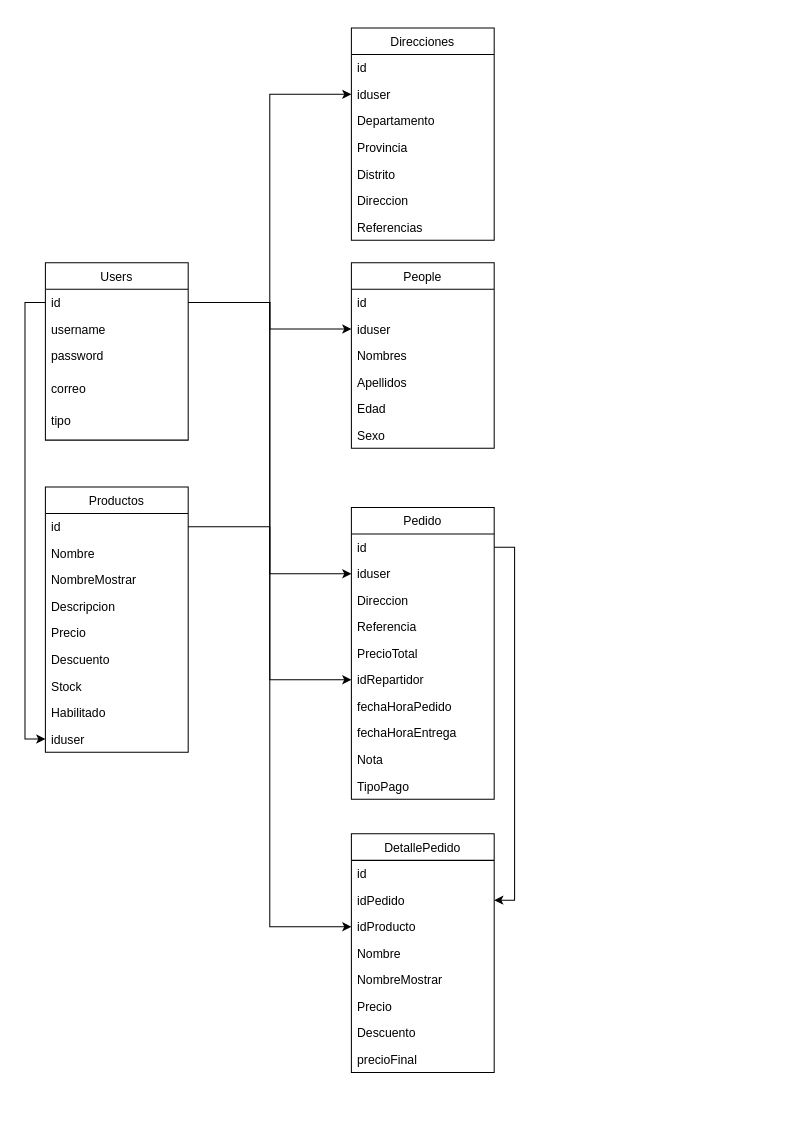
This is page "Page-2" (2 of 2) of Documentacion/diagrama_pedidosdonajulia_01.drawio from CristianSalazarAtalaya/pedidosdonajulia, a draw.io file, before an edit. Source tidied: cells renumbered, new cells numbered last; positions are measured from the earlier drawing's top-left corner, leaving out a move shared by most shapes. Both pictures are drawn from the tidied source at 102%, with x=0, y=0 at pixel (45, 28).
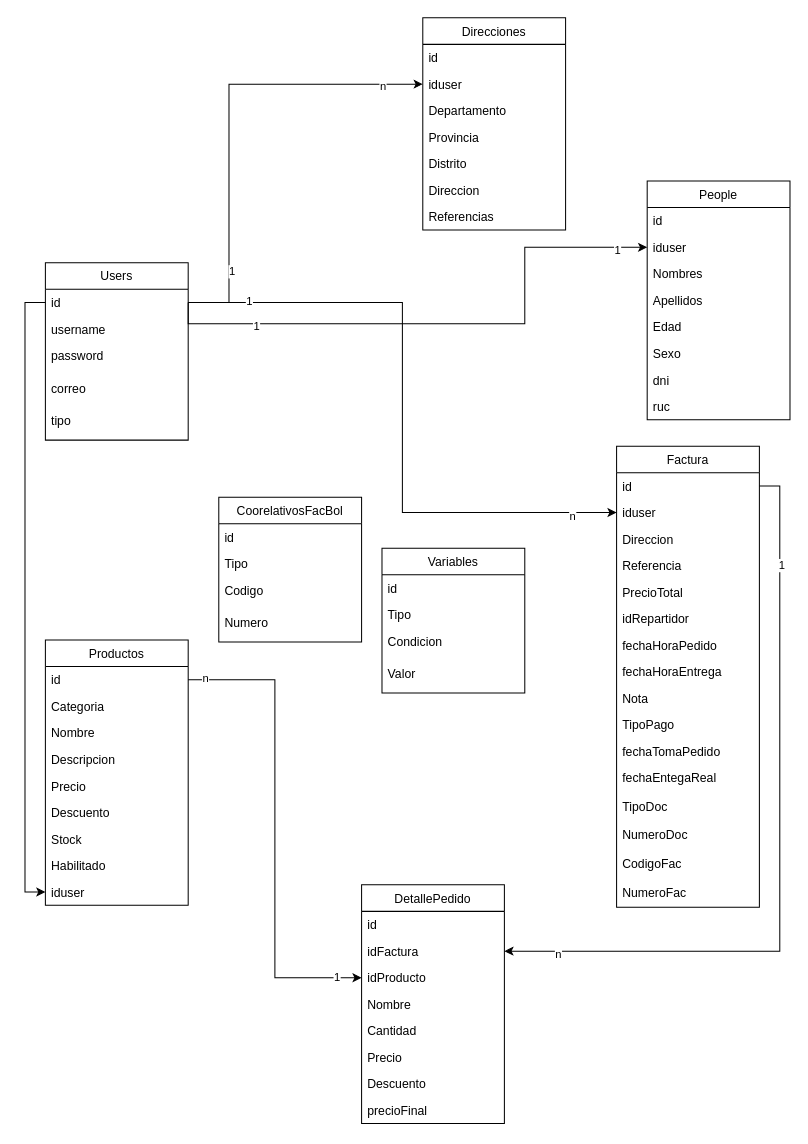
After the change.

Commit message (it also covers changes not shown here):
se agrego actualiacion de documentacion y diagramas de arquitectura

Unchanged cells that the change refers to:
```xml
<mxCell id="3" value="id" style="text;strokeColor=none;fillColor=none;align=left;verticalAlign=top;spacingLeft=4;spacingRight=4;overflow=hidden;points=[[0,0.5],[1,0.5]];portConstraint=eastwest;" parent="2" vertex="1">
  <mxGeometry y="26" width="140" height="26" as="geometry" />
</mxCell>
<mxCell id="10" value="iduser" style="text;strokeColor=none;fillColor=none;align=left;verticalAlign=top;spacingLeft=4;spacingRight=4;overflow=hidden;points=[[0,0.5],[1,0.5]];portConstraint=eastwest;" parent="8" vertex="1">
  <mxGeometry y="52" width="140" height="26" as="geometry" />
</mxCell>
<mxCell id="18" value="iduser" style="text;strokeColor=none;fillColor=none;align=left;verticalAlign=top;spacingLeft=4;spacingRight=4;overflow=hidden;points=[[0,0.5],[1,0.5]];portConstraint=eastwest;" parent="16" vertex="1">
  <mxGeometry y="52" width="140" height="26" as="geometry" />
</mxCell>
<mxCell id="51" value="idRepartidor" style="text;strokeColor=none;fillColor=none;align=left;verticalAlign=top;spacingLeft=4;spacingRight=4;overflow=hidden;points=[[0,0.5],[1,0.5]];portConstraint=eastwest;" parent="45" vertex="1">
  <mxGeometry y="156" width="140" height="26" as="geometry" />
</mxCell>
<mxCell id="56" style="edgeStyle=orthogonalEdgeStyle;rounded=0;jettySize=auto;html=1;exitX=1;exitY=0.5;exitDx=0;exitDy=0;" parent="1" edge="1" source="46" target="38">
  <mxGeometry relative="1" as="geometry" />
</mxCell>
<mxCell id="57" style="edgeStyle=orthogonalEdgeStyle;rounded=0;jettySize=auto;html=1;entryX=0;entryY=0.5;entryDx=0;entryDy=0;" parent="1" edge="1" source="3" target="47">
  <mxGeometry relative="1" as="geometry" />
</mxCell>
<mxCell id="59" style="edgeStyle=orthogonalEdgeStyle;rounded=0;jettySize=auto;html=1;entryX=0;entryY=0.5;entryDx=0;entryDy=0;" parent="1" edge="1" source="26" target="39">
  <mxGeometry relative="1" as="geometry" />
</mxCell>
```

Diff of the diagram source:
```diff
@@
     <mxCell id="8" value="People" style="swimlane;fontStyle=0;horizontal=1;startSize=26;fillColor=none;" parent="1" vertex="1">
-      <mxGeometry x="300" y="230" width="140" height="182" as="geometry" />
+      <mxGeometry x="590" y="150" width="140" height="234" as="geometry" />
     </mxCell>
@@
+    <mxCell id="60" value="dni" style="text;strokeColor=none;fillColor=none;align=left;verticalAlign=top;spacingLeft=4;spacingRight=4;overflow=hidden;" parent="8" vertex="1">
+      <mxGeometry y="182" width="140" height="26" as="geometry" />
+    </mxCell>
+    <mxCell id="61" value="ruc" style="text;strokeColor=none;fillColor=none;align=left;verticalAlign=top;spacingLeft=4;spacingRight=4;overflow=hidden;" parent="8" vertex="1">
+      <mxGeometry y="208" width="140" height="26" as="geometry" />
+    </mxCell>
     <mxCell id="15" style="edgeStyle=orthogonalEdgeStyle;rounded=0;jettySize=auto;html=1;exitX=1;exitY=0.5;exitDx=0;exitDy=0;entryX=0;entryY=0.5;entryDx=0;entryDy=0;" parent="1" edge="1" source="3" target="10">
-      <mxGeometry relative="1" as="geometry" />
+      <mxGeometry relative="1" as="geometry">
+        <Array as="points">
+          <mxPoint x="140" y="290" />
+          <mxPoint x="470" y="290" />
+          <mxPoint x="470" y="215" />
+        </Array>
+      </mxGeometry>
     </mxCell>
+    <mxCell id="62" value="1" style="edgeLabel;html=1;align=center;verticalAlign=middle;" parent="15" vertex="1">
+      <mxGeometry x="0.89" y="-2" relative="1" as="geometry" />
+    </mxCell>
+    <mxCell id="63" value="1" style="edgeLabel;html=1;align=center;verticalAlign=middle;" parent="15" vertex="1">
+      <mxGeometry x="-0.68" y="-2" relative="1" as="geometry" />
+    </mxCell>
     <mxCell id="16" value="Direcciones" style="swimlane;fontStyle=0;horizontal=1;startSize=26;fillColor=none;" parent="1" vertex="1">
-      <mxGeometry x="300" width="140" height="208" as="geometry" />
+      <mxGeometry x="370" y="-10" width="140" height="208" as="geometry" />
     </mxCell>
@@
     <mxCell id="24" style="edgeStyle=orthogonalEdgeStyle;rounded=0;jettySize=auto;html=1;exitX=1;exitY=0.5;exitDx=0;exitDy=0;entryX=0;entryY=0.5;entryDx=0;entryDy=0;" parent="1" edge="1" source="3" target="18">
-      <mxGeometry relative="1" as="geometry" />
+      <mxGeometry relative="1" as="geometry">
+        <Array as="points">
+          <mxPoint x="180" y="269" />
+          <mxPoint x="180" y="55" />
+        </Array>
+      </mxGeometry>
     </mxCell>
+    <mxCell id="64" value="1" style="edgeLabel;html=1;align=center;verticalAlign=middle;" parent="24" vertex="1">
+      <mxGeometry x="-0.68" y="-2" relative="1" as="geometry" />
+    </mxCell>
+    <mxCell id="65" value="n" style="edgeLabel;html=1;align=center;verticalAlign=middle;" parent="24" vertex="1">
+      <mxGeometry x="0.82" y="-1" relative="1" as="geometry" />
+    </mxCell>
     <mxCell id="25" value="Productos" style="swimlane;fontStyle=0;horizontal=1;startSize=26;fillColor=none;" parent="1" vertex="1">
-      <mxGeometry y="450" width="140" height="260" as="geometry" />
+      <mxGeometry y="600" width="140" height="260" as="geometry" />
     </mxCell>
@@
+    <mxCell id="66" value="Categoria" style="text;strokeColor=none;fillColor=none;align=left;verticalAlign=top;spacingLeft=4;spacingRight=4;overflow=hidden;" parent="25" vertex="1">
+      <mxGeometry y="52" width="140" height="26" as="geometry" />
+    </mxCell>
     <mxCell id="27" value="Nombre" style="text;strokeColor=none;fillColor=none;align=left;verticalAlign=top;spacingLeft=4;spacingRight=4;overflow=hidden;" parent="25" vertex="1">
-      <mxGeometry y="52" width="140" height="26" as="geometry" />
+      <mxGeometry y="78" width="140" height="26" as="geometry" />
     </mxCell>
-    <mxCell id="28" value="NombreMostrar" style="text;strokeColor=none;fillColor=none;align=left;verticalAlign=top;spacingLeft=4;spacingRight=4;overflow=hidden;" parent="25" vertex="1">
-      <mxGeometry y="78" width="140" height="26" as="geometry" />
-    </mxCell>
@@
     <mxCell id="36" value="DetallePedido" style="swimlane;fontStyle=0;horizontal=1;startSize=26;fillColor=none;" parent="1" vertex="1">
-      <mxGeometry x="300" y="790" width="140" height="234" as="geometry" />
+      <mxGeometry x="310" y="840" width="140" height="234" as="geometry" />
     </mxCell>
@@
-    <mxCell id="38" value="idPedido" style="text;strokeColor=none;fillColor=none;align=left;verticalAlign=top;spacingLeft=4;spacingRight=4;overflow=hidden;points=[[0,0.5],[1,0.5]];portConstraint=eastwest;" parent="36" vertex="1">
+    <mxCell id="38" value="idFactura" style="text;strokeColor=none;fillColor=none;align=left;verticalAlign=top;spacingLeft=4;spacingRight=4;overflow=hidden;points=[[0,0.5],[1,0.5]];portConstraint=eastwest;" parent="36" vertex="1">
       <mxGeometry y="52" width="140" height="26" as="geometry" />
     </mxCell>
@@
-    <mxCell id="41" value="NombreMostrar" style="text;strokeColor=none;fillColor=none;align=left;verticalAlign=top;spacingLeft=4;spacingRight=4;overflow=hidden;" parent="36" vertex="1">
-      <mxGeometry y="130" width="140" height="26" as="geometry" />
-    </mxCell>
+    <mxCell id="67" value="Cantidad" style="text;strokeColor=none;fillColor=none;align=left;verticalAlign=top;spacingLeft=4;spacingRight=4;overflow=hidden;" parent="36" vertex="1">
+      <mxGeometry y="130" width="140" height="26" as="geometry" />
+    </mxCell>
@@
-    <mxCell id="45" value="Pedido" style="swimlane;fontStyle=0;horizontal=1;startSize=26;fillColor=none;" parent="1" vertex="1">
-      <mxGeometry x="300" y="470" width="140" height="286" as="geometry" />
+    <mxCell id="45" value="Factura" style="swimlane;fontStyle=0;horizontal=1;startSize=26;fillColor=none;" parent="1" vertex="1">
+      <mxGeometry x="560" y="410" width="140" height="452" as="geometry" />
     </mxCell>
@@
+    <mxCell id="68" value="fechaTomaPedido" style="text;strokeColor=none;fillColor=none;align=left;verticalAlign=top;spacingLeft=4;spacingRight=4;overflow=hidden;" parent="45" vertex="1">
+      <mxGeometry y="286" width="140" height="26" as="geometry" />
+    </mxCell>
+    <mxCell id="69" value="fechaEntegaReal" style="text;strokeColor=none;fillColor=none;align=left;verticalAlign=top;spacingLeft=4;spacingRight=4;overflow=hidden;" parent="45" vertex="1">
+      <mxGeometry y="312" width="140" height="28" as="geometry" />
+    </mxCell>
+    <mxCell id="70" value="TipoDoc" style="text;strokeColor=none;fillColor=none;align=left;verticalAlign=top;spacingLeft=4;spacingRight=4;overflow=hidden;" parent="45" vertex="1">
+      <mxGeometry y="340" width="140" height="28" as="geometry" />
+    </mxCell>
+    <mxCell id="71" value="NumeroDoc" style="text;strokeColor=none;fillColor=none;align=left;verticalAlign=top;spacingLeft=4;spacingRight=4;overflow=hidden;" parent="45" vertex="1">
+      <mxGeometry y="368" width="140" height="28" as="geometry" />
+    </mxCell>
+    <mxCell id="72" value="CodigoFac" style="text;strokeColor=none;fillColor=none;align=left;verticalAlign=top;spacingLeft=4;spacingRight=4;overflow=hidden;" parent="45" vertex="1">
+      <mxGeometry y="396" width="140" height="28" as="geometry" />
+    </mxCell>
+    <mxCell id="73" value="NumeroFac" style="text;strokeColor=none;fillColor=none;align=left;verticalAlign=top;spacingLeft=4;spacingRight=4;overflow=hidden;" parent="45" vertex="1">
+      <mxGeometry y="424" width="140" height="28" as="geometry" />
+    </mxCell>
@@
+    <mxCell id="74" value="1" style="edgeLabel;html=1;align=center;verticalAlign=middle;" parent="56" vertex="1">
+      <mxGeometry x="-0.74" y="1" relative="1" as="geometry" />
+    </mxCell>
+    <mxCell id="75" value="n" style="edgeLabel;html=1;align=center;verticalAlign=middle;" parent="56" vertex="1">
+      <mxGeometry x="0.86" y="2" relative="1" as="geometry" />
+    </mxCell>
@@
-    <mxCell id="58" style="edgeStyle=orthogonalEdgeStyle;rounded=0;jettySize=auto;html=1;entryX=0;entryY=0.5;entryDx=0;entryDy=0;" parent="1" edge="1" source="3" target="51">
-      <mxGeometry relative="1" as="geometry" />
-    </mxCell>
+    <mxCell id="76" value="1" style="edgeLabel;html=1;align=center;verticalAlign=middle;" parent="57" vertex="1">
+      <mxGeometry x="-0.81" y="2" relative="1" as="geometry" />
+    </mxCell>
+    <mxCell id="77" value="n" style="edgeLabel;html=1;align=center;verticalAlign=middle;" parent="57" vertex="1">
+      <mxGeometry x="0.86" y="-3" relative="1" as="geometry" />
+    </mxCell>
@@
+    <mxCell id="78" value="1" style="edgeLabel;html=1;align=center;verticalAlign=middle;" parent="59" vertex="1">
+      <mxGeometry x="0.89" y="1" relative="1" as="geometry" />
+    </mxCell>
+    <mxCell id="79" value="n" style="edgeLabel;html=1;align=center;verticalAlign=middle;" parent="59" vertex="1">
+      <mxGeometry x="-0.93" y="2" relative="1" as="geometry" />
+    </mxCell>
+    <mxCell id="80" value="CoorelativosFacBol" style="swimlane;fontStyle=0;horizontal=1;startSize=26;fillColor=none;" parent="1" vertex="1">
+      <mxGeometry x="170" y="460" width="140" height="142" as="geometry" />
+    </mxCell>
+    <mxCell id="81" value="id" style="text;strokeColor=none;fillColor=none;align=left;verticalAlign=top;spacingLeft=4;spacingRight=4;overflow=hidden;" parent="80" vertex="1">
+      <mxGeometry y="26" width="140" height="26" as="geometry" />
+    </mxCell>
+    <mxCell id="82" value="Tipo" style="text;strokeColor=none;fillColor=none;align=left;verticalAlign=top;spacingLeft=4;spacingRight=4;overflow=hidden;" parent="80" vertex="1">
+      <mxGeometry y="52" width="140" height="26" as="geometry" />
+    </mxCell>
+    <mxCell id="83" value="Codigo" style="text;strokeColor=none;fillColor=none;align=left;verticalAlign=top;spacingLeft=4;spacingRight=4;overflow=hidden;" parent="80" vertex="1">
+      <mxGeometry y="78" width="140" height="32" as="geometry" />
+    </mxCell>
+    <mxCell id="84" value="Numero" style="text;strokeColor=none;fillColor=none;align=left;verticalAlign=top;spacingLeft=4;spacingRight=4;overflow=hidden;" parent="80" vertex="1">
+      <mxGeometry y="110" width="140" height="32" as="geometry" />
+    </mxCell>
+    <mxCell id="85" value="Variables" style="swimlane;fontStyle=0;horizontal=1;startSize=26;fillColor=none;" parent="1" vertex="1">
+      <mxGeometry x="330" y="510" width="140" height="142" as="geometry" />
+    </mxCell>
+    <mxCell id="86" value="id" style="text;strokeColor=none;fillColor=none;align=left;verticalAlign=top;spacingLeft=4;spacingRight=4;overflow=hidden;" parent="85" vertex="1">
+      <mxGeometry y="26" width="140" height="26" as="geometry" />
+    </mxCell>
+    <mxCell id="87" value="Tipo" style="text;strokeColor=none;fillColor=none;align=left;verticalAlign=top;spacingLeft=4;spacingRight=4;overflow=hidden;" parent="85" vertex="1">
+      <mxGeometry y="52" width="140" height="26" as="geometry" />
+    </mxCell>
+    <mxCell id="88" value="Condicion" style="text;strokeColor=none;fillColor=none;align=left;verticalAlign=top;spacingLeft=4;spacingRight=4;overflow=hidden;" parent="85" vertex="1">
+      <mxGeometry y="78" width="140" height="32" as="geometry" />
+    </mxCell>
+    <mxCell id="89" value="Valor" style="text;strokeColor=none;fillColor=none;align=left;verticalAlign=top;spacingLeft=4;spacingRight=4;overflow=hidden;" parent="85" vertex="1">
+      <mxGeometry y="110" width="140" height="32" as="geometry" />
+    </mxCell>
```
